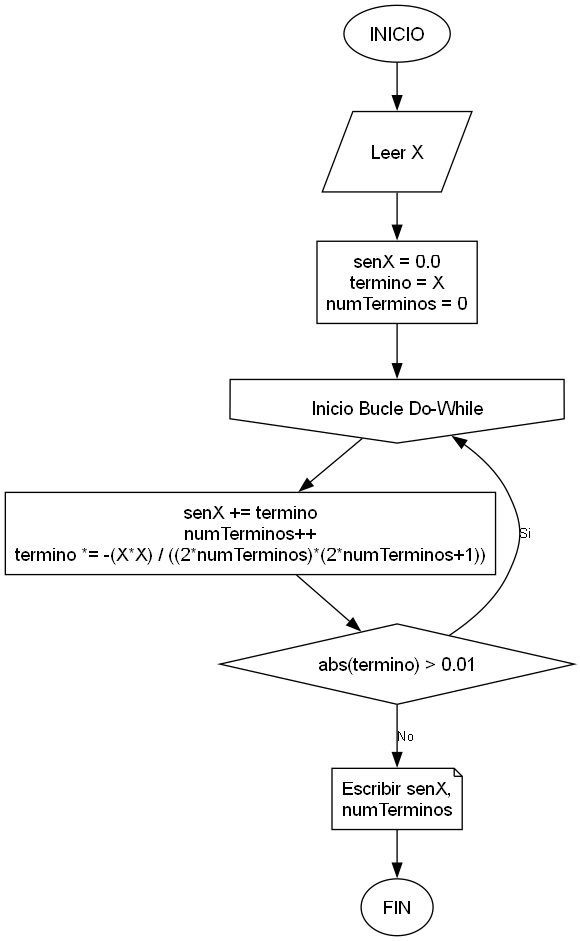
23Leilany166/java-tutor-tics keeps this Graphviz diagram as Ejercicios/PS_3_30/Diagrama/PS_3_30.png. Above is the earlier version. Its source is kept beside it as Ejercicios/PS_3_30/Diagrama/PS_3_30.dot.
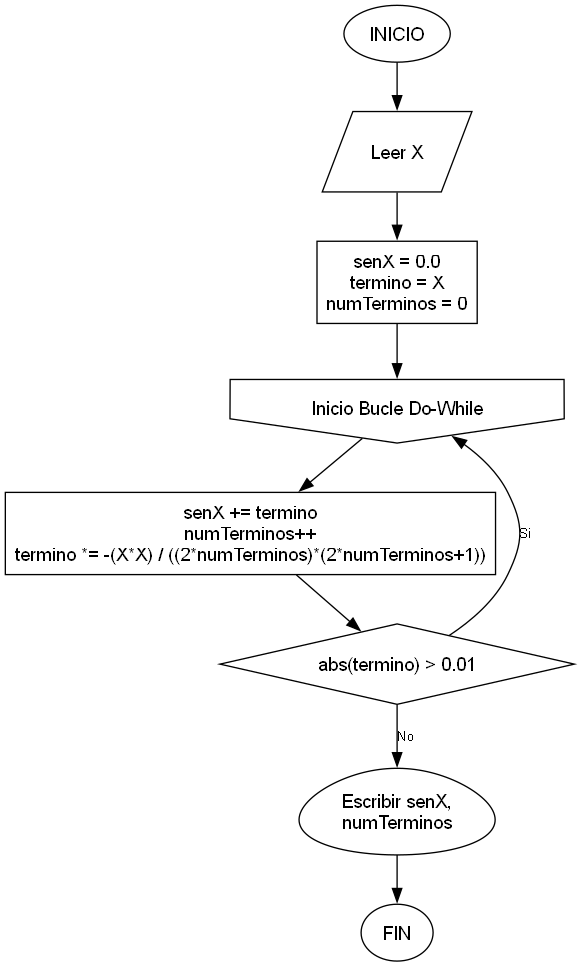
Above is the later version.

What changed in the source:
```diff
@@ -9,7 +9,7 @@
     BUCLE_DO [shape=invhouse, label="Inicio Bucle Do-While"];
     PROCESO_BUCLE [label="senX += termino\nnumTerminos++\ntermino *= -(X*X) / ((2*numTerminos)*(2*numTerminos+1))"];
     COND_WHILE [shape=diamond, label="abs(termino) > 0.01"];
-    IMPRIMIR [shape=note, label="Escribir senX,\nnumTerminos"];
+    IMPRIMIR [shape=egg, label="Escribir senX,\nnumTerminos"];
     FIN [shape=ellipse, label="FIN"];
 
     INICIO -> LEER_X -> INICIALIZAR -> BUCLE_DO;
```
